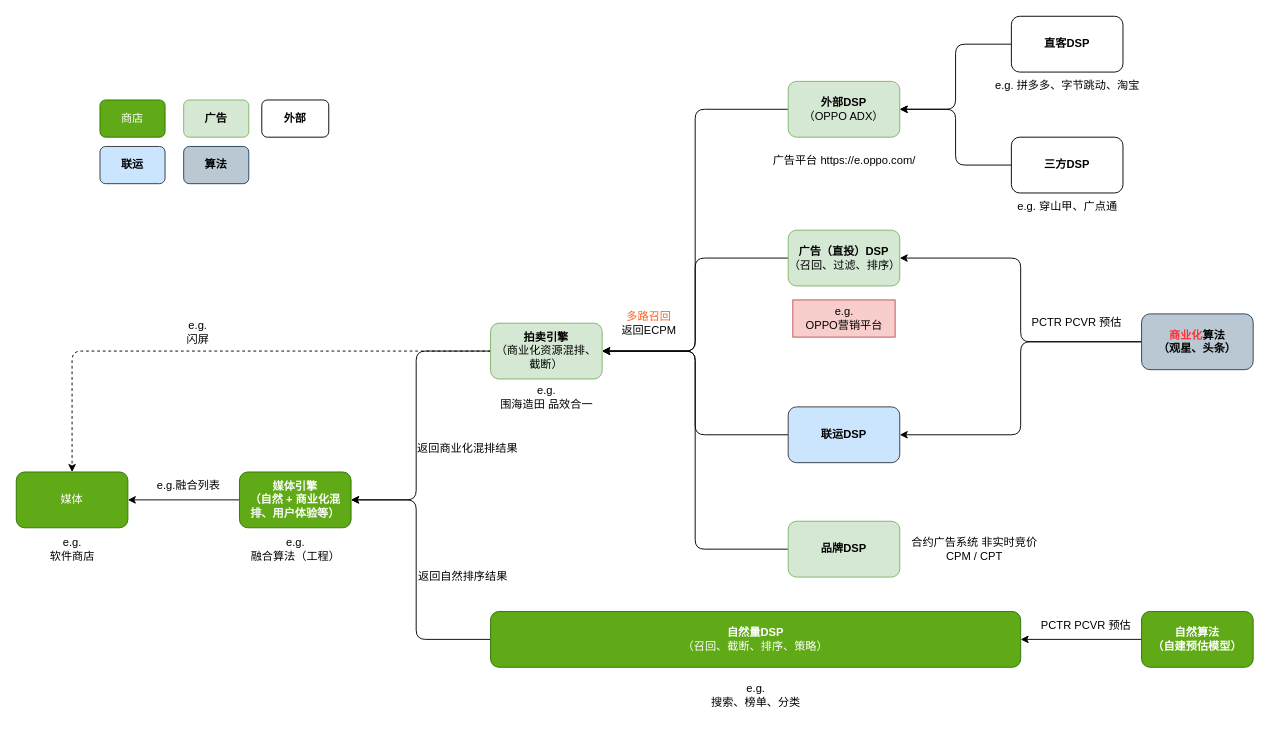
This is 商业化.drawio from ETHAN0430/draw.io.repo, a draw.io file, before an edit. Source tidied: cells renumbered, new cells numbered last; positions are measured from the earlier drawing's top-left corner, leaving out a move shared by most shapes. Both pictures are drawn from the tidied source at 93%, with x=0, y=0 at pixel (16, 16).
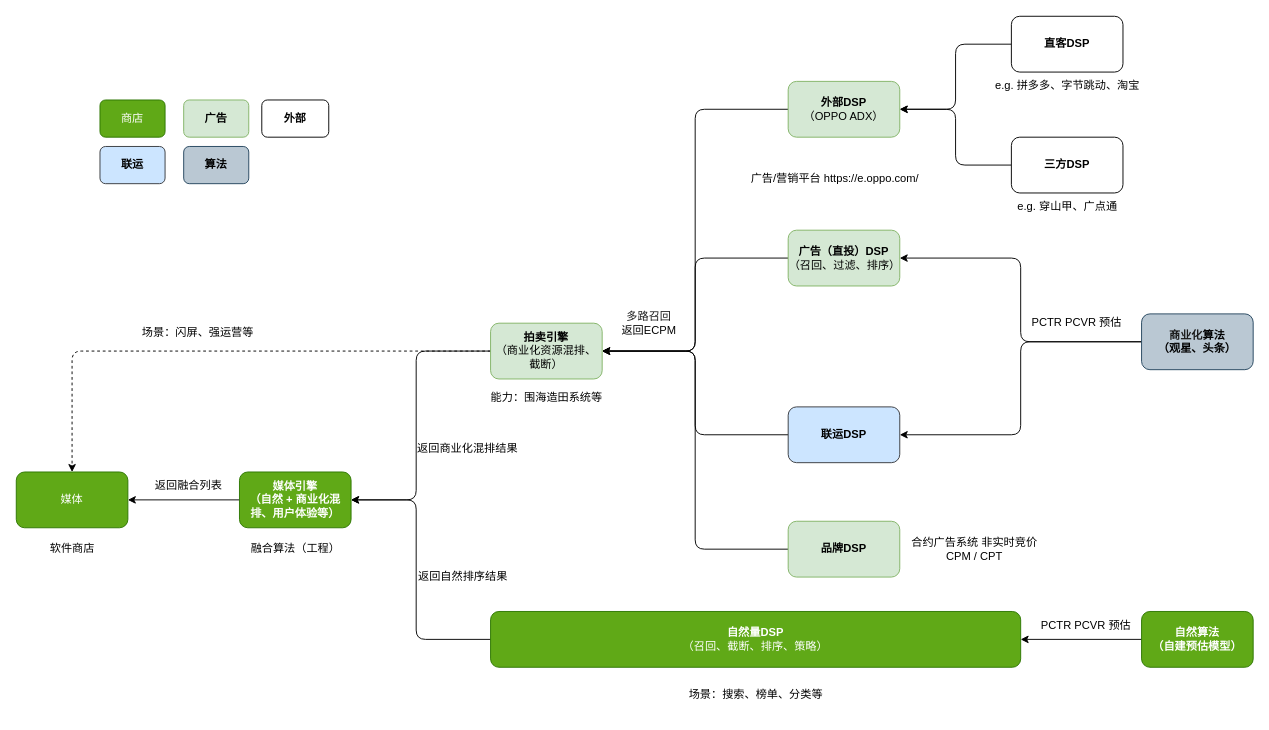
The same page after the edit.

Commit message:
更新商业化.drawio

The edit, as a diff of the source:
```diff
@@
-    <mxCell id="20" value="&lt;font color=&quot;#ff3333&quot;&gt;商业化&lt;/font&gt;算法&lt;br&gt;（观星、头条）" style="whiteSpace=wrap;html=1;rounded=1;fillColor=#bac8d3;strokeColor=#23445d;fontStyle=1;" parent="1" vertex="1">
+    <mxCell id="20" value="&lt;font color=&quot;#1a1a1a&quot;&gt;商业化&lt;/font&gt;算法&lt;br&gt;（观星、头条）" style="whiteSpace=wrap;html=1;rounded=1;fillColor=#bac8d3;strokeColor=#23445d;fontStyle=1;" parent="1" vertex="1">
       <mxGeometry x="1210" y="320" width="120" height="60" as="geometry" />
     </mxCell>
@@
-    <mxCell id="23" value="e.g.&lt;br&gt;软件商店" style="text;html=1;align=center;verticalAlign=middle;strokeColor=none;fillColor=none;" parent="1" vertex="1">
-      <mxGeometry x="25" y="553" width="70" height="40" as="geometry" />
+    <mxCell id="23" value="软件商店" style="text;html=1;align=center;verticalAlign=middle;strokeColor=none;fillColor=none;" parent="1" vertex="1">
+      <mxGeometry x="25" y="558" width="70" height="30" as="geometry" />
     </mxCell>
-    <mxCell id="24" value="e.g.&lt;br&gt;融合算法（工程）" style="text;html=1;align=center;verticalAlign=middle;strokeColor=none;fillColor=none;" parent="1" vertex="1">
-      <mxGeometry x="240" y="553" width="120" height="40" as="geometry" />
+    <mxCell id="24" value="融合算法（工程）" style="text;html=1;align=center;verticalAlign=middle;strokeColor=none;fillColor=none;" parent="1" vertex="1">
+      <mxGeometry x="240" y="558" width="120" height="30" as="geometry" />
     </mxCell>
-    <mxCell id="25" value="e.g.融合列表" style="text;html=1;align=center;verticalAlign=middle;strokeColor=none;fillColor=none;" parent="1" vertex="1">
-      <mxGeometry x="140" y="490" width="90" height="30" as="geometry" />
+    <mxCell id="25" value="返回融合列表" style="text;html=1;align=center;verticalAlign=middle;strokeColor=none;fillColor=none;" parent="1" vertex="1">
+      <mxGeometry x="135" y="490" width="100" height="30" as="geometry" />
     </mxCell>
-    <mxCell id="26" value="e.g. &lt;br&gt;闪屏" style="text;html=1;align=center;verticalAlign=middle;strokeColor=none;fillColor=none;" parent="1" vertex="1">
-      <mxGeometry x="170" y="320" width="50" height="40" as="geometry" />
+    <mxCell id="26" value="场景：闪屏、强运营等" style="text;html=1;align=center;verticalAlign=middle;strokeColor=none;fillColor=none;" parent="1" vertex="1">
+      <mxGeometry x="125" y="325" width="140" height="30" as="geometry" />
     </mxCell>
-    <mxCell id="27" value="e.g.&lt;br&gt;围海造田 品效合一" style="text;html=1;align=center;verticalAlign=middle;strokeColor=none;fillColor=none;" parent="1" vertex="1">
-      <mxGeometry x="510" y="390" width="120" height="40" as="geometry" />
+    <mxCell id="27" value="能力：围海造田系统等" style="text;html=1;align=center;verticalAlign=middle;strokeColor=none;fillColor=none;" parent="1" vertex="1">
+      <mxGeometry x="500" y="395" width="140" height="30" as="geometry" />
     </mxCell>
-    <mxCell id="28" value="&lt;font color=&quot;#ff601c&quot;&gt;多路召回&lt;/font&gt;&lt;br&gt;返回ECPM" style="text;html=1;align=center;verticalAlign=middle;strokeColor=none;fillColor=none;" parent="1" vertex="1">
+    <mxCell id="28" value="&lt;font color=&quot;#1a1a1a&quot;&gt;多路召回&lt;/font&gt;&lt;br&gt;返回ECPM" style="text;html=1;align=center;verticalAlign=middle;strokeColor=none;fillColor=none;" parent="1" vertex="1">
       <mxGeometry x="640" y="310" width="80" height="40" as="geometry" />
     </mxCell>
@@
-    <mxCell id="30" value="e.g.&lt;br&gt;OPPO营销平台" style="text;html=1;align=center;verticalAlign=middle;strokeColor=#b85450;fillColor=#f8cecc;" parent="1" vertex="1">
-      <mxGeometry x="835" y="305" width="110" height="40" as="geometry" />
-    </mxCell>
-    <mxCell id="31" value="e.g.&lt;br&gt;搜索、榜单、分类" style="text;html=1;align=center;verticalAlign=middle;strokeColor=none;fillColor=none;" parent="1" vertex="1">
-      <mxGeometry x="735" y="710" width="120" height="40" as="geometry" />
+    <mxCell id="31" value="场景：搜索、榜单、分类等" style="text;html=1;align=center;verticalAlign=middle;strokeColor=none;fillColor=none;" parent="1" vertex="1">
+      <mxGeometry x="710" y="715" width="170" height="30" as="geometry" />
     </mxCell>
-    <mxCell id="32" value="广告平台 https://e.oppo.com/" style="text;html=1;align=center;verticalAlign=middle;strokeColor=none;fillColor=none;" parent="1" vertex="1">
-      <mxGeometry x="800" y="140" width="180" height="30" as="geometry" />
+    <mxCell id="32" value="广告/营销平台 https://e.oppo.com/" style="text;html=1;align=center;verticalAlign=middle;strokeColor=none;fillColor=none;" parent="1" vertex="1">
+      <mxGeometry x="780" y="160" width="200" height="30" as="geometry" />
     </mxCell>
```
